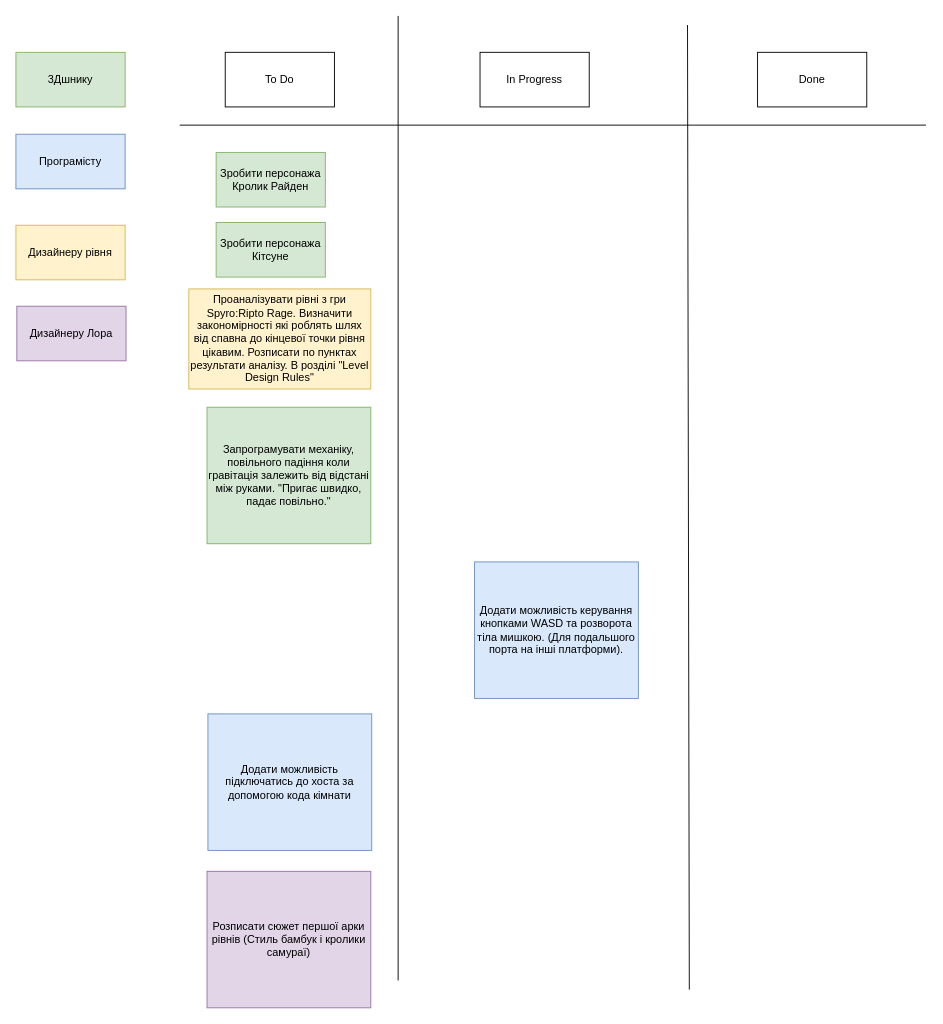
Earlier version of the draw.io diagram page "Progress Log" (1 of 3) of Assets/DesignDoc/Design Document.drawio (NSmocker/Lava-and-Ice). Source tidied: cells renumbered, new cells numbered last; positions are measured from the earlier drawing's top-left corner, leaving out a move shared by most shapes. Both pictures are drawn from the tidied source at 91%, with x=0, y=0 at pixel (15, 15).
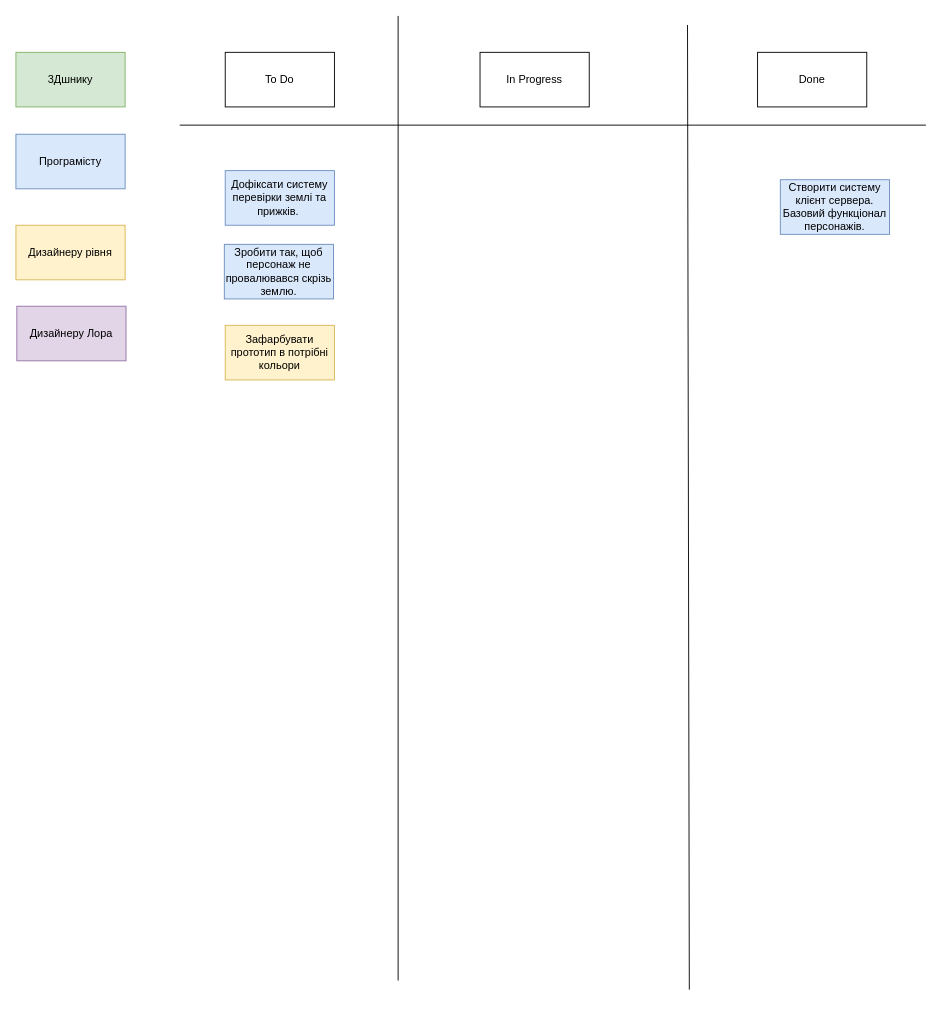
The same diagram, later.

What changed in the source:
```diff
@@
-    <mxCell id="8" value="Зробити персонажа Кролик Райден" style="rounded=0;whiteSpace=wrap;html=1;fillColor=#d5e8d4;strokeColor=#82b366;" parent="1" vertex="1">
-      <mxGeometry x="220" y="150" width="120" height="60" as="geometry" />
-    </mxCell>
-    <mxCell id="9" value="Зробити персонажа Кітсуне" style="rounded=0;whiteSpace=wrap;html=1;fillColor=#d5e8d4;strokeColor=#82b366;" parent="1" vertex="1">
-      <mxGeometry x="220" y="227" width="120" height="60" as="geometry" />
-    </mxCell>
@@
-    <mxCell id="13" value="Проаналізувати рівні з гри Spyro:Ripto Rage. Визначити закономірності які роблять шлях від спавна до кінцевої точки рівня цікавим. Розписати по пунктах результати аналізу. В розділі &quot;Level Design Rules&quot;" style="rounded=0;whiteSpace=wrap;html=1;fillColor=#fff2cc;strokeColor=#d6b656;" parent="1" vertex="1">
-      <mxGeometry x="190" y="300" width="200" height="110" as="geometry" />
-    </mxCell>
-    <mxCell id="14" value="Запрограмувати механіку, повільного падіння коли гравітація залежить від відстані між руками. &quot;Пригає швидко, падає повільно.&quot;" style="rounded=0;whiteSpace=wrap;html=1;fillColor=#d5e8d4;strokeColor=#82b366;" parent="1" vertex="1">
-      <mxGeometry x="210" y="430" width="180" height="150" as="geometry" />
-    </mxCell>
-    <mxCell id="15" value="Додати можливість керування кнопками WASD та розворота тіла мишкою. (Для подальшого порта на інші платформи)." style="rounded=0;whiteSpace=wrap;html=1;fillColor=#dae8fc;strokeColor=#6c8ebf;" parent="1" vertex="1">
-      <mxGeometry x="504" y="600" width="180" height="150" as="geometry" />
-    </mxCell>
-    <mxCell id="16" value="Додати можливість підключатись до хоста за допомогою кода кімнати" style="rounded=0;whiteSpace=wrap;html=1;fillColor=#dae8fc;strokeColor=#6c8ebf;" parent="1" vertex="1">
-      <mxGeometry x="211" y="767" width="180" height="150" as="geometry" />
-    </mxCell>
@@
-    <mxCell id="18" value="Розписати сюжет першої арки рівнів&amp;nbsp;(Стиль бамбук і кролики самураї)" style="rounded=0;whiteSpace=wrap;html=1;fillColor=#e1d5e7;strokeColor=#9673a6;" parent="1" vertex="1">
-      <mxGeometry x="210" y="940" width="180" height="150" as="geometry" />
-    </mxCell>
+    <mxCell id="19" value="Створити систему клієнт сервера. Базовий функціонал персонажів." style="rounded=0;whiteSpace=wrap;html=1;fillColor=#dae8fc;strokeColor=#6c8ebf;" parent="1" vertex="1">
+      <mxGeometry x="840" y="180" width="120" height="60" as="geometry" />
+    </mxCell>
+    <mxCell id="20" value="Дофіксати систему перевірки землі та прижків.&amp;nbsp;" style="rounded=0;whiteSpace=wrap;html=1;fillColor=#dae8fc;strokeColor=#6c8ebf;" parent="1" vertex="1">
+      <mxGeometry x="230" y="170" width="120" height="60" as="geometry" />
+    </mxCell>
+    <mxCell id="21" value="Зробити так, щоб персонаж не провалювався скрізь землю." style="rounded=0;whiteSpace=wrap;html=1;fillColor=#dae8fc;strokeColor=#6c8ebf;" parent="1" vertex="1">
+      <mxGeometry x="229" y="251" width="120" height="60" as="geometry" />
+    </mxCell>
+    <mxCell id="22" value="Зафарбувати прототип в потрібні кольори" style="rounded=0;whiteSpace=wrap;html=1;fillColor=#fff2cc;strokeColor=#d6b656;" parent="1" vertex="1">
+      <mxGeometry x="230" y="340" width="120" height="60" as="geometry" />
+    </mxCell>
```
